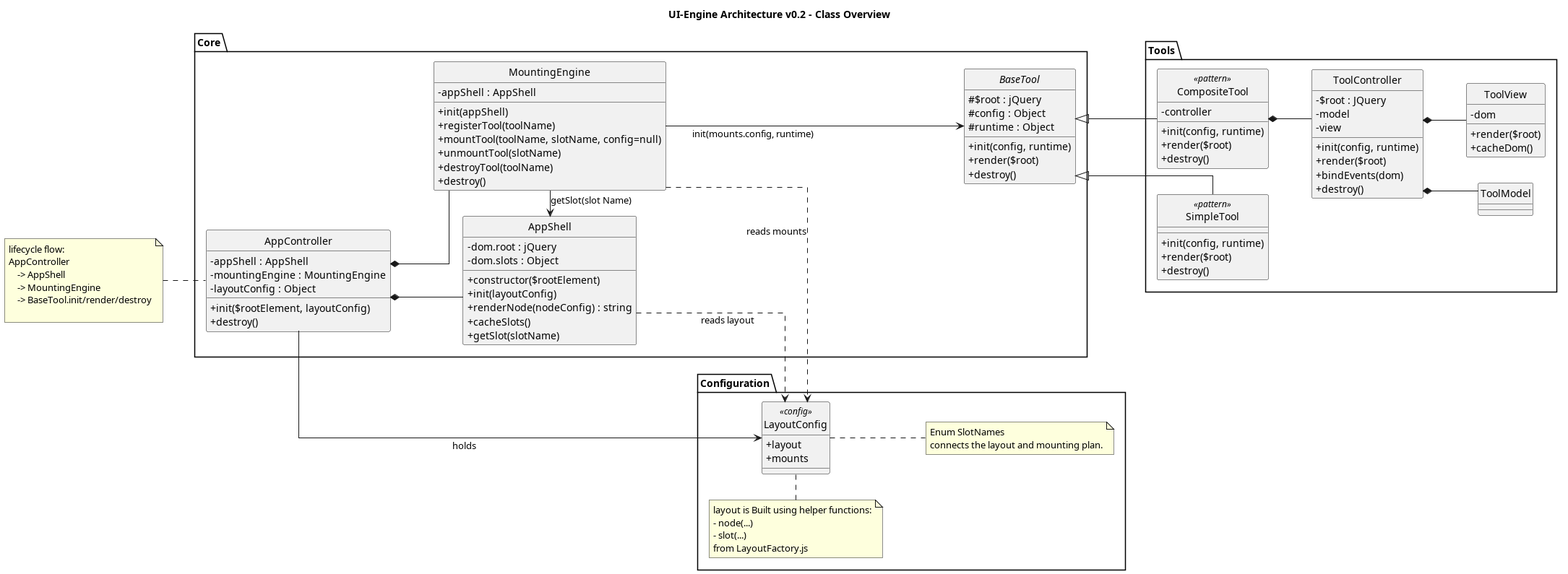
Earlier version of the PlantUML export docs/v0_2/UI-Engine v0.2 - Architectural Class Overview.png (Backofenlachs/material-flow-system).
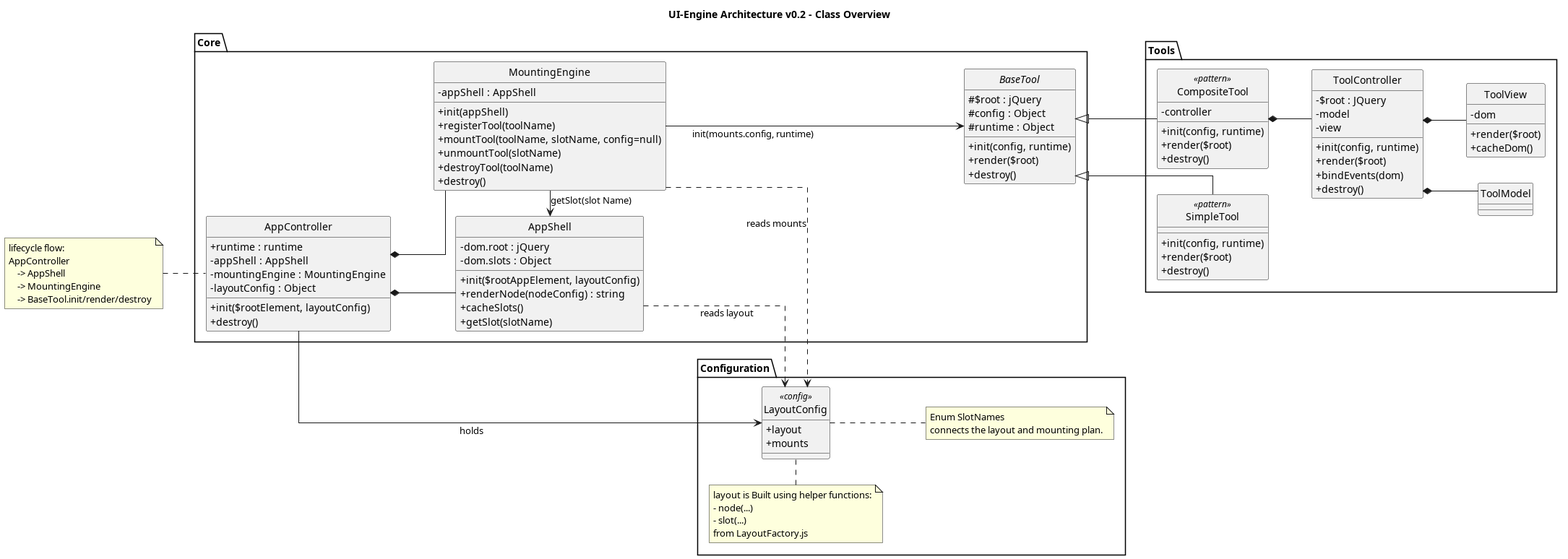
The same file after the commit.

Commit message:
refactor(core): cleanup runtime handling and standardize architecture

Change to the diagram source:
```diff
@@ -9,6 +9,7 @@
 package "Core" {
 
     class AppController {
+        + runtime : runtime
         - appShell : AppShell
         - mountingEngine : MountingEngine
         - layoutConfig : Object
@@ -29,8 +30,7 @@
     class AppShell {
         - dom.root : jQuery
         - dom.slots : Object
-        + constructor($rootElement)
-        + init(layoutConfig)
+        + init($rootAppElement, layoutConfig)
         + renderNode(nodeConfig) : string
         + cacheSlots()
         + getSlot(slotName)
@@ -103,6 +103,7 @@
     }
 }
 
+
 AppController --> LayoutConfig : holds
 
 AppController *-- AppShell
@@ -126,6 +127,6 @@
     -> AppShell
     -> MountingEngine
     -> BaseTool.init/render/destroy
+end note
 
-end note
 @enduml
```
